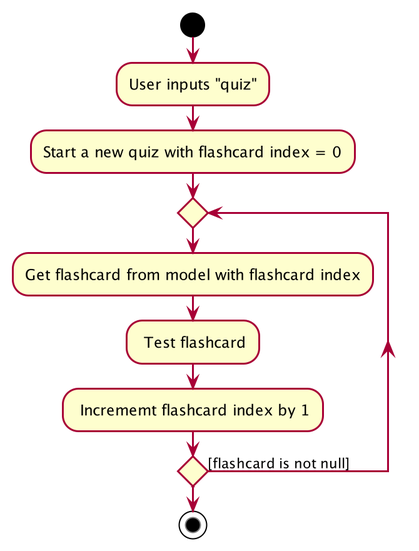
Before: docs/images/QuizActivityDiagram.png, a diagram exported from PlantUML (zhizhizhizhizhi/tp).
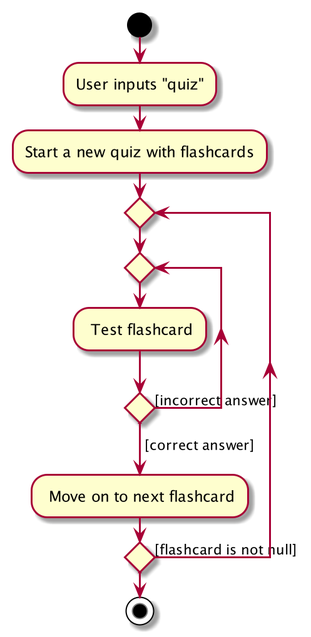
After the change.

Change to the diagram source:
```diff
@@ -1,61 +1,13 @@
 @startuml
-
-
-
-
-
-
-
-
-skinparam BackgroundColor #FFFFFFF
-
-skinparam Shadowing false
-
-skinparam Class {
-    FontColor #FFFFFF
-    BorderThickness 1
-    BorderColor #FFFFFF
-    StereotypeFontColor #FFFFFF
-    FontName Arial
-}
-
-skinparam Actor {
-    BorderColor #000000
-    Color #000000
-    FontName Arial
-}
-
-skinparam Sequence {
-    MessageAlign center
-    BoxFontSize 15
-    BoxPadding 0
-    BoxFontColor #FFFFFF
-    FontName Arial
-}
-
-skinparam Participant {
-    FontColor #FFFFFFF
-    Padding 20
-}
-
-skinparam MinClassWidth 50
-skinparam ParticipantPadding 10
-skinparam Shadowing false
-skinparam DefaultTextAlignment center
-skinparam packageStyle Rectangle
-
-hide footbox
-hide members
-hide circle
 start
 :User inputs "quiz";
-:Start a new quiz with flashcard index = 0;
+:Start a new quiz with flashcards;
 repeat
-    :Get flashcard from model with flashcard index;
-
-
+    repeat
     : Test flashcard;
-    : Incrememt flashcard index by 1;
+    repeat while () is ([incorrect answer])
+    -> [correct answer];
+    : Move on to next flashcard;
 repeat while () is ([flashcard is not null])
 
 stop
```
